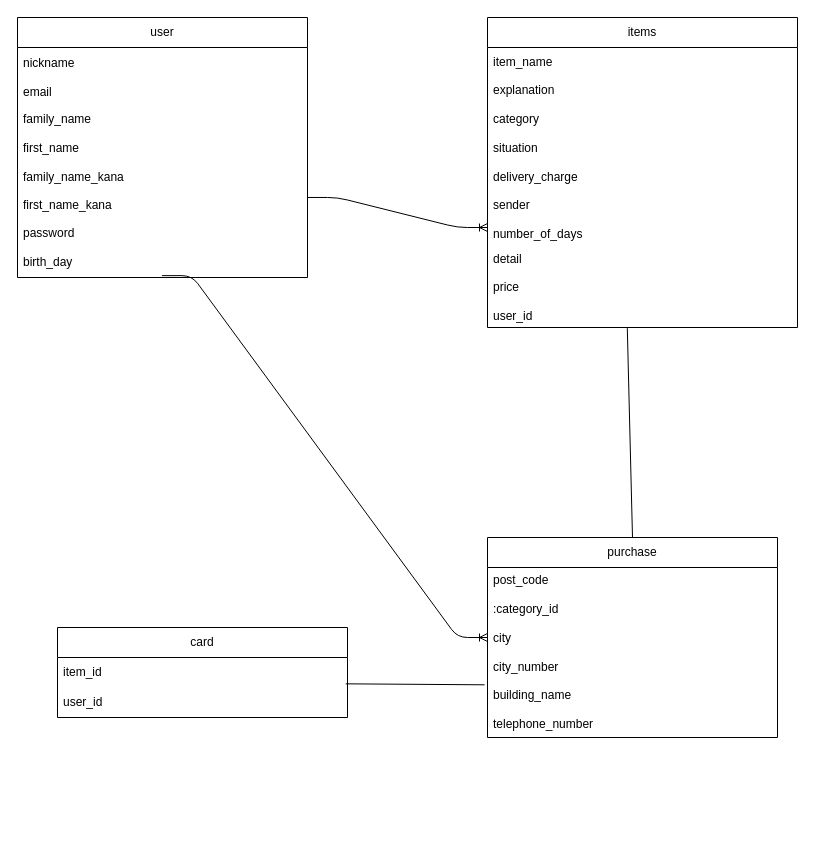
Above: .dio in yuta10200831/furima-38941 (draw.io), before the change. Source tidied: cells renumbered, new cells numbered last; positions are measured from the earlier drawing's top-left corner, leaving out a move shared by most shapes. Both pictures are drawn from the tidied source at 100%, with x=0, y=0 at pixel (17, 17).
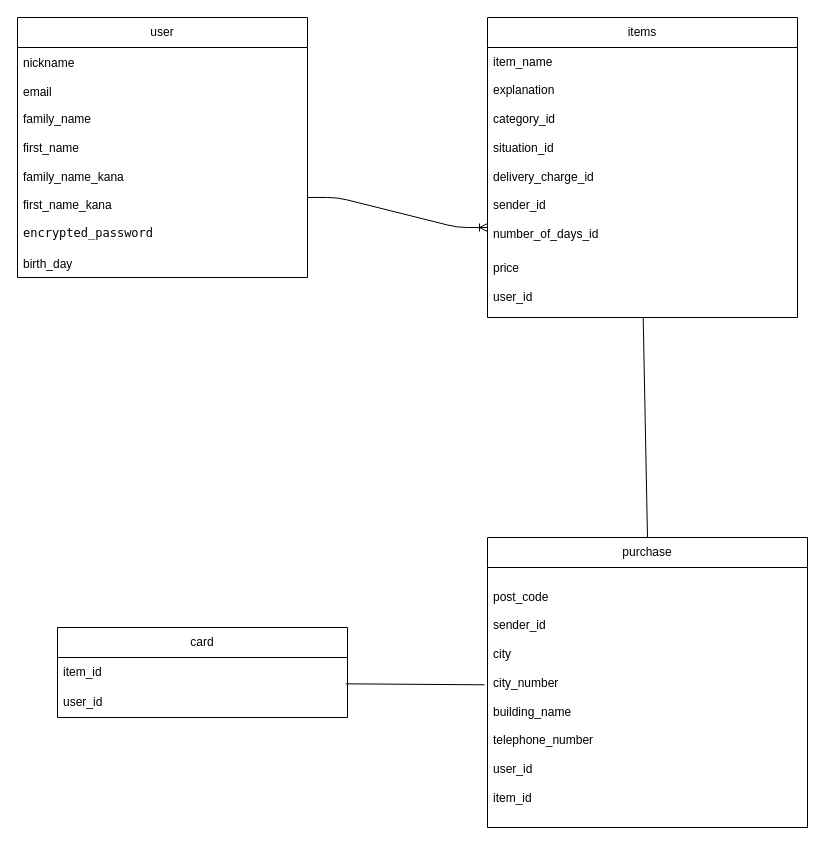
The same diagram, later.

Commit message (it also covers changes not shown here):
データベース設計の修正③

Unchanged cells that the change refers to:
```xml
<mxCell id="4" value="user" style="swimlane;fontStyle=0;horizontal=1;startSize=30;whiteSpace=wrap;html=1;" parent="1" vertex="1">
  <mxGeometry width="290" height="260" as="geometry" />
</mxCell>
```

What changed in the source:
```diff
@@
-<mxGraphModel background="#FFFFFF">
+<mxGraphModel>
@@
-    <mxCell id="3" style="edgeStyle=entityRelationEdgeStyle;fontSize=12;html=1;endArrow=ERoneToMany;exitX=0.498;exitY=0.969;exitDx=0;exitDy=0;exitPerimeter=0;" parent="1" edge="1" source="7" target="12">
-      <mxGeometry relative="1" as="geometry" />
-    </mxCell>
@@
-    <mxCell id="7" value="password&lt;br&gt;&lt;br&gt;birth_day" style="text;strokeColor=none;fillColor=none;align=left;verticalAlign=middle;spacingLeft=4;spacingRight=4;overflow=hidden;points=[[0,0.5],[1,0.5]];portConstraint=eastwest;whiteSpace=wrap;html=1;" parent="4" vertex="1">
+    <mxCell id="7" value="&lt;div style=&quot;font-family: Menlo, Monaco, &amp;quot;Courier New&amp;quot;, monospace; line-height: 18px;&quot;&gt;&lt;span style=&quot;background-color: rgb(255, 255, 255);&quot;&gt;encrypted_password&lt;/span&gt;&lt;/div&gt;&lt;br&gt;birth_day" style="text;strokeColor=none;fillColor=none;align=left;verticalAlign=middle;spacingLeft=4;spacingRight=4;overflow=hidden;points=[[0,0.5],[1,0.5]];portConstraint=eastwest;whiteSpace=wrap;html=1;" parent="4" vertex="1">
       <mxGeometry y="200" width="290" height="60" as="geometry" />
     </mxCell>
     <mxCell id="8" value="items" style="swimlane;fontStyle=0;horizontal=1;startSize=30;whiteSpace=wrap;html=1;" parent="1" vertex="1">
-      <mxGeometry x="470" width="310" height="310" as="geometry" />
+      <mxGeometry x="470" width="310" height="300" as="geometry" />
     </mxCell>
@@
-    <mxCell id="10" value="explanation&lt;br&gt;&lt;br&gt;category&lt;br&gt;&lt;br&gt;situation&lt;br&gt;&lt;br&gt;delivery_charge&lt;br&gt;&lt;br&gt;sender&lt;br&gt;&lt;br&gt;number_of_days" style="text;strokeColor=none;fillColor=none;align=left;verticalAlign=middle;spacingLeft=4;spacingRight=4;overflow=hidden;whiteSpace=wrap;html=1;" parent="8" vertex="1">
+    <mxCell id="10" value="explanation&lt;br&gt;&lt;br&gt;category_id&lt;br&gt;&lt;br&gt;situation_id&lt;br&gt;&lt;br&gt;delivery_charge_id&lt;br&gt;&lt;br&gt;sender_id&lt;br&gt;&lt;br&gt;number_of_days_id" style="text;strokeColor=none;fillColor=none;align=left;verticalAlign=middle;spacingLeft=4;spacingRight=4;overflow=hidden;whiteSpace=wrap;html=1;" parent="8" vertex="1">
       <mxGeometry y="60" width="310" height="170" as="geometry" />
     </mxCell>
-    <mxCell id="11" value="detail&lt;br&gt;&lt;br&gt;price&lt;br&gt;&lt;br&gt;user_id" style="text;strokeColor=none;fillColor=none;align=left;verticalAlign=middle;spacingLeft=4;spacingRight=4;overflow=hidden;points=[[0,0.5],[1,0.5]];portConstraint=eastwest;whiteSpace=wrap;html=1;" parent="8" vertex="1">
-      <mxGeometry y="230" width="310" height="80" as="geometry" />
+    <mxCell id="11" value="price&lt;br&gt;&lt;br&gt;user_id" style="text;strokeColor=none;fillColor=none;align=left;verticalAlign=middle;spacingLeft=4;spacingRight=4;overflow=hidden;points=[[0,0.5],[1,0.5]];portConstraint=eastwest;whiteSpace=wrap;html=1;" parent="8" vertex="1">
+      <mxGeometry y="230" width="310" height="70" as="geometry" />
     </mxCell>
     <mxCell id="12" value="purchase" style="swimlane;fontStyle=0;horizontal=1;startSize=30;whiteSpace=wrap;html=1;" parent="1" vertex="1">
-      <mxGeometry x="470" y="520" width="290" height="200" as="geometry" />
+      <mxGeometry x="470" y="520" width="320" height="290" as="geometry" />
     </mxCell>
-    <mxCell id="13" value="post_code&lt;br&gt;&lt;br&gt;:category_id&lt;br&gt;&lt;br&gt;city&lt;br&gt;&lt;br&gt;city_number&lt;br&gt;&lt;br&gt;building_name&lt;br&gt;&lt;br&gt;telephone_number" style="text;strokeColor=none;fillColor=none;align=left;verticalAlign=middle;spacingLeft=4;spacingRight=4;overflow=hidden;whiteSpace=wrap;html=1;" parent="12" vertex="1">
-      <mxGeometry y="30" width="290" height="170" as="geometry" />
+    <mxCell id="13" value="post_code&lt;br&gt;&lt;br&gt;sender_id&lt;br&gt;&lt;br&gt;city&lt;br&gt;&lt;br&gt;city_number&lt;br&gt;&lt;br&gt;building_name&lt;br&gt;&lt;br&gt;telephone_number&lt;br&gt;&lt;br&gt;user_id&lt;br&gt;&lt;br&gt;item_id" style="text;strokeColor=none;fillColor=none;align=left;verticalAlign=middle;spacingLeft=4;spacingRight=4;overflow=hidden;whiteSpace=wrap;html=1;" parent="12" vertex="1">
+      <mxGeometry y="30" width="320" height="260" as="geometry" />
     </mxCell>
@@
-    <mxCell id="18" style="endArrow=none;html=1;rounded=0;entryX=0.5;entryY=0;entryDx=0;entryDy=0;exitX=0.451;exitY=1.008;exitDx=0;exitDy=0;exitPerimeter=0;" parent="1" edge="1" source="11" target="12">
+    <mxCell id="18" style="endArrow=none;html=1;rounded=0;entryX=0.5;entryY=0;entryDx=0;entryDy=0;" parent="1" edge="1" source="11" target="12">
       <mxGeometry relative="1" as="geometry" />
     </mxCell>
```
